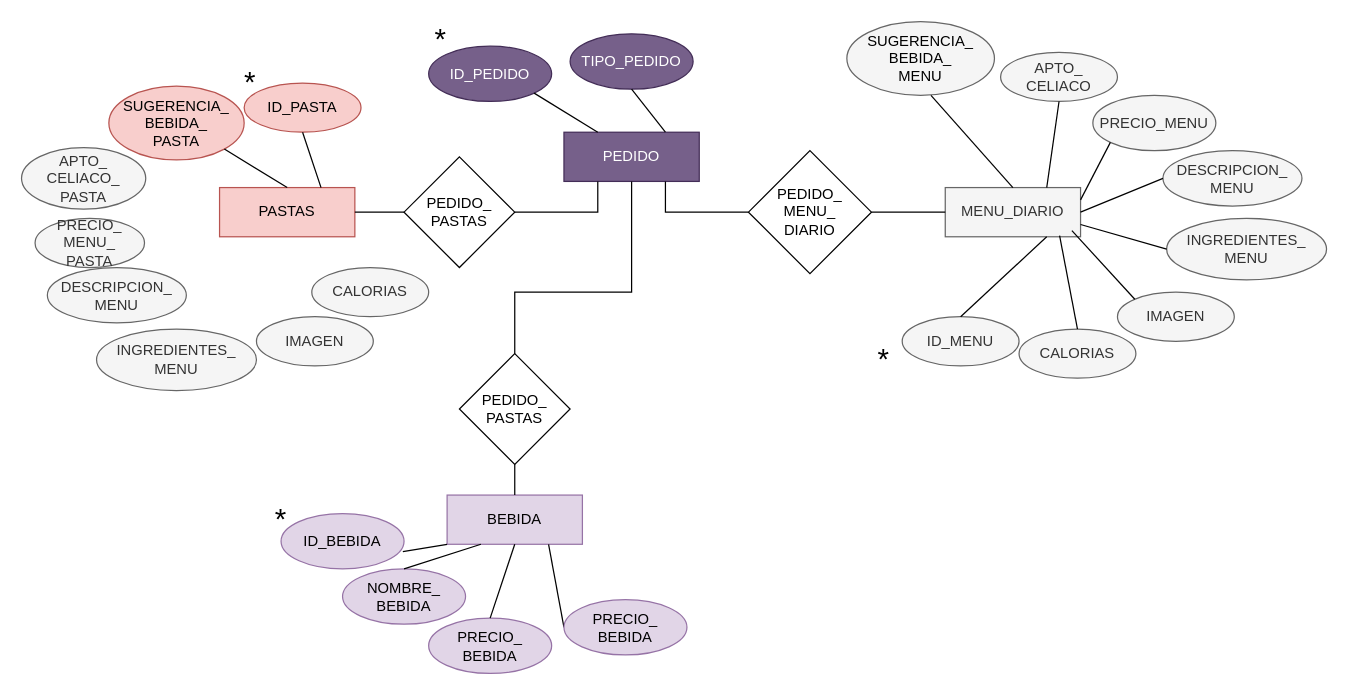
Before: parcial.drawio in hachazo/db-Tp1, a draw.io diagram. Source tidied: cells renumbered, new cells numbered last; positions are measured from the earlier drawing's top-left corner, leaving out a move shared by most shapes. Both pictures are drawn from the tidied source at 123%, with x=0, y=0 at pixel (21, 21).
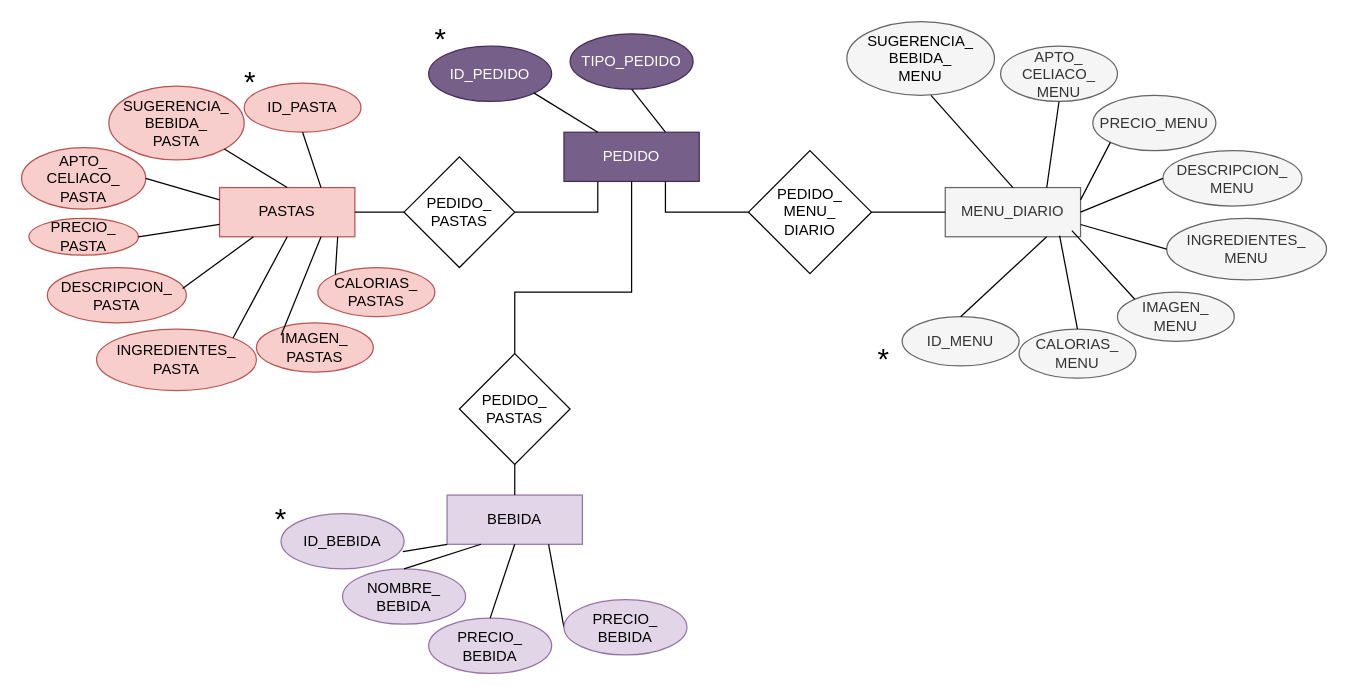
Above is the later version.

The change refers to these unchanged cells:
```xml
<mxCell id="9" value="&lt;font color=&quot;#000000&quot;&gt;PASTAS&lt;/font&gt;" style="rounded=0;whiteSpace=wrap;html=1;fillColor=#f8cecc;strokeColor=#b85450;" parent="1" vertex="1">
  <mxGeometry x="161" y="135" width="110" height="40" as="geometry" />
</mxCell>
```

Change to the diagram source:
```diff
@@
-    <mxCell id="22" value="IMAGEN" style="ellipse;whiteSpace=wrap;html=1;fillColor=#f5f5f5;fontColor=#333333;strokeColor=#666666;" parent="1" vertex="1">
+    <mxCell id="22" value="IMAGEN_&lt;div&gt;MENU&lt;/div&gt;" style="ellipse;whiteSpace=wrap;html=1;fillColor=#f5f5f5;fontColor=#333333;strokeColor=#666666;" parent="1" vertex="1">
       <mxGeometry x="891" y="220" width="95" height="40" as="geometry" />
     </mxCell>
@@
-    <mxCell id="24" value="CALORIAS" style="ellipse;whiteSpace=wrap;html=1;fillColor=#f5f5f5;fontColor=#333333;strokeColor=#666666;" parent="1" vertex="1">
+    <mxCell id="24" value="CALORIAS_&lt;div&gt;MENU&lt;/div&gt;" style="ellipse;whiteSpace=wrap;html=1;fillColor=#f5f5f5;fontColor=#333333;strokeColor=#666666;" parent="1" vertex="1">
       <mxGeometry x="811" y="250" width="95" height="40" as="geometry" />
     </mxCell>
@@
-    <mxCell id="26" value="APTO_&lt;div&gt;CELIACO&lt;/div&gt;" style="ellipse;whiteSpace=wrap;html=1;fillColor=#f5f5f5;fontColor=#333333;strokeColor=#666666;" parent="1" vertex="1">
-      <mxGeometry x="796" y="25" width="95" height="40" as="geometry" />
+    <mxCell id="26" value="APTO_&lt;div&gt;CELIACO_&lt;/div&gt;&lt;div&gt;MENU&lt;/div&gt;" style="ellipse;whiteSpace=wrap;html=1;fillColor=#f5f5f5;fontColor=#333333;strokeColor=#666666;" parent="1" vertex="1">
+      <mxGeometry x="796" y="20" width="95" height="45" as="geometry" />
     </mxCell>
@@
-    <mxCell id="48" value="PRECIO_&lt;div&gt;MENU_&lt;div&gt;PASTA&lt;/div&gt;&lt;/div&gt;" style="ellipse;whiteSpace=wrap;html=1;fillColor=#f5f5f5;fontColor=#333333;strokeColor=#666666;" parent="1" vertex="1">
-      <mxGeometry x="11" y="160" width="89" height="40" as="geometry" />
+    <mxCell id="48" value="&lt;font color=&quot;#000000&quot;&gt;PRECIO_&lt;/font&gt;&lt;div&gt;&lt;span style=&quot;background-color: initial;&quot;&gt;&lt;font color=&quot;#000000&quot;&gt;PASTA&lt;/font&gt;&lt;/span&gt;&lt;/div&gt;" style="ellipse;whiteSpace=wrap;html=1;fillColor=#f8cecc;strokeColor=#b85450;" parent="1" vertex="1">
+      <mxGeometry x="6" y="160" width="89" height="30" as="geometry" />
     </mxCell>
-    <mxCell id="49" value="DESCRIPCION_&lt;div&gt;MENU&lt;/div&gt;" style="ellipse;whiteSpace=wrap;html=1;fillColor=#f5f5f5;fontColor=#333333;strokeColor=#666666;" parent="1" vertex="1">
+    <mxCell id="49" value="&lt;font color=&quot;#000000&quot;&gt;DESCRIPCION_&lt;/font&gt;&lt;div&gt;&lt;font color=&quot;#000000&quot;&gt;PASTA&lt;/font&gt;&lt;/div&gt;" style="ellipse;whiteSpace=wrap;html=1;fillColor=#f8cecc;strokeColor=#b85450;" parent="1" vertex="1">
       <mxGeometry x="21" y="200" width="113" height="45" as="geometry" />
     </mxCell>
-    <mxCell id="50" value="INGREDIENTES_&lt;div&gt;MENU&lt;/div&gt;" style="ellipse;whiteSpace=wrap;html=1;fillColor=#f5f5f5;fontColor=#333333;strokeColor=#666666;" parent="1" vertex="1">
+    <mxCell id="50" value="&lt;font color=&quot;#000000&quot;&gt;INGREDIENTES_&lt;/font&gt;&lt;div&gt;&lt;font color=&quot;#000000&quot;&gt;PASTA&lt;/font&gt;&lt;/div&gt;" style="ellipse;whiteSpace=wrap;html=1;fillColor=#f8cecc;strokeColor=#b85450;" parent="1" vertex="1">
       <mxGeometry x="61" y="250" width="130" height="50" as="geometry" />
     </mxCell>
-    <mxCell id="51" value="IMAGEN" style="ellipse;whiteSpace=wrap;html=1;fillColor=#f5f5f5;fontColor=#333333;strokeColor=#666666;" parent="1" vertex="1">
-      <mxGeometry x="191" y="240" width="95" height="40" as="geometry" />
+    <mxCell id="51" value="&lt;font color=&quot;#000000&quot;&gt;IMAGEN_&lt;/font&gt;&lt;div&gt;&lt;font color=&quot;#000000&quot;&gt;PASTAS&lt;/font&gt;&lt;/div&gt;" style="ellipse;whiteSpace=wrap;html=1;fillColor=#f8cecc;strokeColor=#b85450;" parent="1" vertex="1">
+      <mxGeometry x="191" y="245" width="95" height="40" as="geometry" />
     </mxCell>
-    <mxCell id="52" value="CALORIAS" style="ellipse;whiteSpace=wrap;html=1;fillColor=#f5f5f5;fontColor=#333333;strokeColor=#666666;" parent="1" vertex="1">
-      <mxGeometry x="236" y="200" width="95" height="40" as="geometry" />
+    <mxCell id="52" value="&lt;font color=&quot;#000000&quot;&gt;CALORIAS_&lt;/font&gt;&lt;div&gt;&lt;font color=&quot;#000000&quot;&gt;PASTAS&lt;/font&gt;&lt;/div&gt;" style="ellipse;whiteSpace=wrap;html=1;fillColor=#f8cecc;strokeColor=#b85450;" parent="1" vertex="1">
+      <mxGeometry x="241" y="200" width="95" height="40" as="geometry" />
     </mxCell>
-    <mxCell id="53" value="APTO_&lt;div&gt;CELIACO_&lt;/div&gt;&lt;div&gt;PASTA&lt;/div&gt;" style="ellipse;whiteSpace=wrap;html=1;fillColor=#f5f5f5;fontColor=#333333;strokeColor=#666666;" parent="1" vertex="1">
+    <mxCell id="53" value="&lt;font color=&quot;#000000&quot;&gt;APTO_&lt;/font&gt;&lt;div&gt;&lt;font color=&quot;#000000&quot;&gt;CELIACO_&lt;/font&gt;&lt;/div&gt;&lt;div&gt;&lt;font color=&quot;#000000&quot;&gt;PASTA&lt;/font&gt;&lt;/div&gt;" style="ellipse;whiteSpace=wrap;html=1;fillColor=#f8cecc;strokeColor=#b85450;" parent="1" vertex="1">
       <mxGeometry y="102.5" width="101" height="50" as="geometry" />
     </mxCell>
@@
+    <mxCell id="57" style="endArrow=none;html=1;rounded=0;entryX=0;entryY=0.25;entryDx=0;entryDy=0;exitX=1;exitY=0.5;exitDx=0;exitDy=0;" parent="1" edge="1" source="53" target="9">
+      <mxGeometry relative="1" as="geometry" />
+    </mxCell>
+    <mxCell id="58" style="endArrow=none;html=1;rounded=0;entryX=0;entryY=0.75;entryDx=0;entryDy=0;exitX=1;exitY=0.5;exitDx=0;exitDy=0;" parent="1" edge="1" source="48" target="9">
+      <mxGeometry relative="1" as="geometry" />
+    </mxCell>
+    <mxCell id="59" style="endArrow=none;html=1;rounded=0;exitX=0.973;exitY=0.378;exitDx=0;exitDy=0;exitPerimeter=0;" parent="1" edge="1" source="49" target="9">
+      <mxGeometry relative="1" as="geometry" />
+    </mxCell>
+    <mxCell id="60" style="endArrow=none;html=1;rounded=0;entryX=0.5;entryY=1;entryDx=0;entryDy=0;exitX=1;exitY=0;exitDx=0;exitDy=0;" parent="1" edge="1" source="50" target="9">
+      <mxGeometry relative="1" as="geometry" />
+    </mxCell>
+    <mxCell id="61" style="endArrow=none;html=1;rounded=0;entryX=0.75;entryY=1;entryDx=0;entryDy=0;exitX=0.211;exitY=0.25;exitDx=0;exitDy=0;exitPerimeter=0;" parent="1" edge="1" source="51" target="9">
+      <mxGeometry relative="1" as="geometry" />
+    </mxCell>
+    <mxCell id="62" style="endArrow=none;html=1;rounded=0;exitX=0;exitY=0;exitDx=0;exitDy=0;entryX=0.873;entryY=1;entryDx=0;entryDy=0;entryPerimeter=0;" parent="1" edge="1" source="52" target="9">
+      <mxGeometry relative="1" as="geometry" />
+    </mxCell>
```
